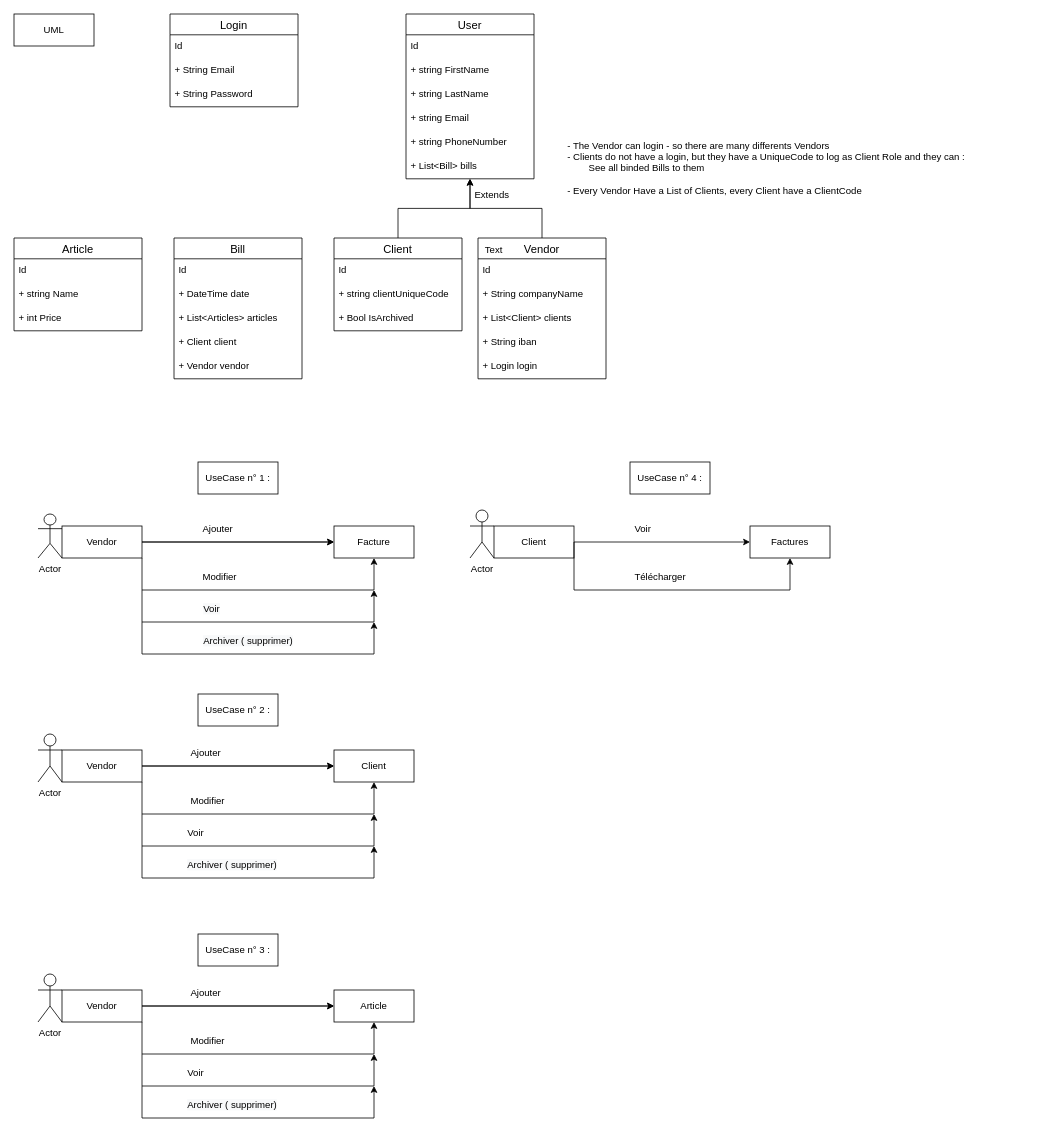
The draw.io diagram UML-et-usecases.drawio in LucaMaggioli/facturator-crud-app, before the edit. Source tidied: cells renumbered, new cells numbered last; positions are measured from the earlier drawing's top-left corner, leaving out a move shared by most shapes. Both pictures are drawn from the tidied source at 80%, with x=0, y=0 at pixel (14, 14).
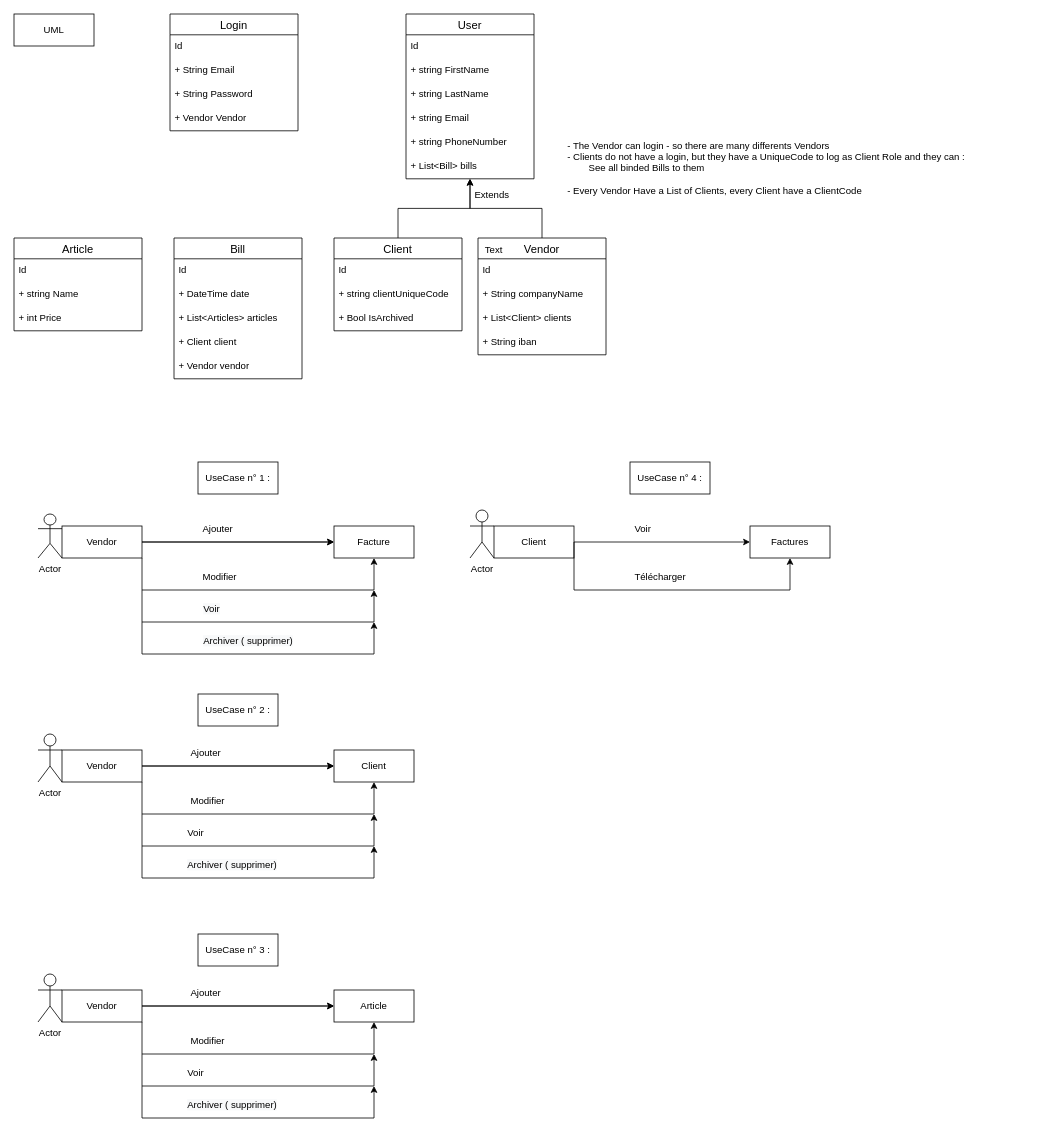
After the change.

Diff of the diagram source:
```diff
@@
     <mxCell id="46" value="Vendor" style="swimlane;fontStyle=0;horizontal=1;startSize=26;align=center;fontSize=14;" parent="1" vertex="1">
-      <mxGeometry x="580" y="280" width="160" height="176" as="geometry" />
+      <mxGeometry x="580" y="280" width="160" height="146" as="geometry" />
     </mxCell>
@@
-    <mxCell id="51" value="+ Login login" style="text;strokeColor=none;fillColor=none;spacingLeft=4;spacingRight=4;overflow=hidden;fontSize=12;" parent="46" vertex="1">
-      <mxGeometry y="146" width="160" height="30" as="geometry" />
-    </mxCell>
@@
     <mxCell id="77" value="Login" style="swimlane;fontStyle=0;horizontal=1;startSize=26;align=center;fontSize=14;" parent="1" vertex="1">
-      <mxGeometry x="195" width="160" height="116" as="geometry" />
+      <mxGeometry x="195" width="160" height="146" as="geometry" />
     </mxCell>
@@
+    <mxCell id="86" value="+ Vendor Vendor" style="text;strokeColor=none;fillColor=none;spacingLeft=4;spacingRight=4;overflow=hidden;fontSize=12;" parent="77" vertex="1">
+      <mxGeometry y="116" width="160" height="30" as="geometry" />
+    </mxCell>
```
